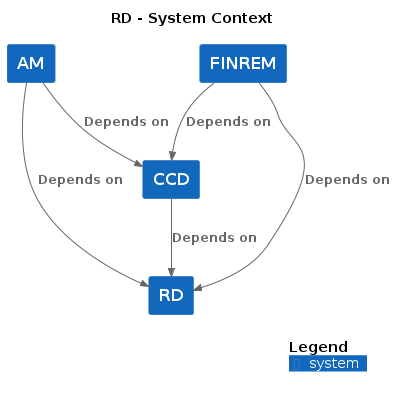
The PlantUML diagram docs/c4/rd/images/structurizr-rd-context.png in hmcts/cnp-api-docs, before a commit. Its diagram source:
```plantuml
@startuml
set separator none
title RD - System Context

top to bottom direction

!include <C4/C4>
!include <C4/C4_Context>

System(RD, "RD", $descr="", $tags="", $link="")
System(AM, "AM", $descr="", $tags="", $link="")
System(CCD, "CCD", $descr="", $tags="", $link="")
System(FINREM, "FINREM", $descr="", $tags="", $link="")

Rel_D(CCD, RD, "Depends on", $techn="", $tags="", $link="")
Rel_D(FINREM, CCD, "Depends on", $techn="", $tags="", $link="")
Rel_D(FINREM, RD, "Depends on", $techn="", $tags="", $link="")
Rel_D(AM, RD, "Depends on", $techn="", $tags="", $link="")
Rel_D(AM, CCD, "Depends on", $techn="", $tags="", $link="")

SHOW_DYNAMIC_LEGEND()
@enduml
```
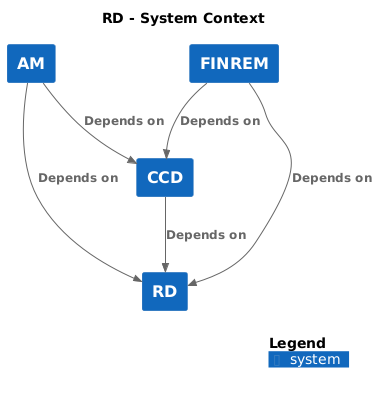
Above is the later version.

Change to the diagram source:
```diff
@@ -12,11 +12,11 @@
 System(CCD, "CCD", $descr="", $tags="", $link="")
 System(FINREM, "FINREM", $descr="", $tags="", $link="")
 
-Rel_D(CCD, RD, "Depends on", $techn="", $tags="", $link="")
-Rel_D(FINREM, CCD, "Depends on", $techn="", $tags="", $link="")
-Rel_D(FINREM, RD, "Depends on", $techn="", $tags="", $link="")
-Rel_D(AM, RD, "Depends on", $techn="", $tags="", $link="")
-Rel_D(AM, CCD, "Depends on", $techn="", $tags="", $link="")
+Rel(CCD, RD, "Depends on", $techn="", $tags="", $link="")
+Rel(FINREM, CCD, "Depends on", $techn="", $tags="", $link="")
+Rel(FINREM, RD, "Depends on", $techn="", $tags="", $link="")
+Rel(AM, RD, "Depends on", $techn="", $tags="", $link="")
+Rel(AM, CCD, "Depends on", $techn="", $tags="", $link="")
 
 SHOW_DYNAMIC_LEGEND()
 @enduml
```
